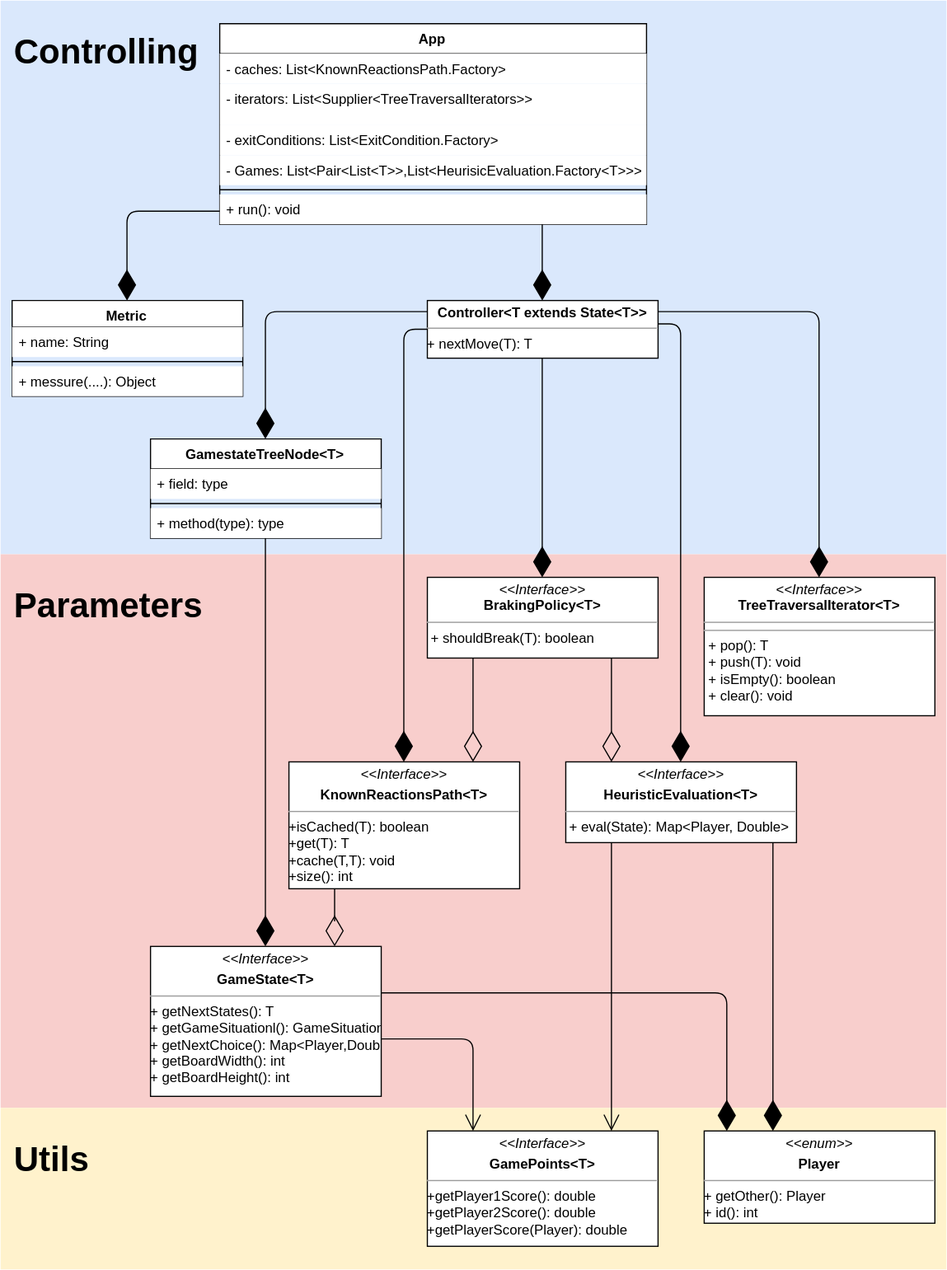
TilBlechschmidt/NAK-TreeOptimizationAnalysis keeps this draw.io diagram as documentation/Classdiagramm.svg. Above is the earlier version. Source tidied: cells renumbered, new cells last; positions are measured from the earlier drawing's top-left corner, leaving out a move shared by most shapes.
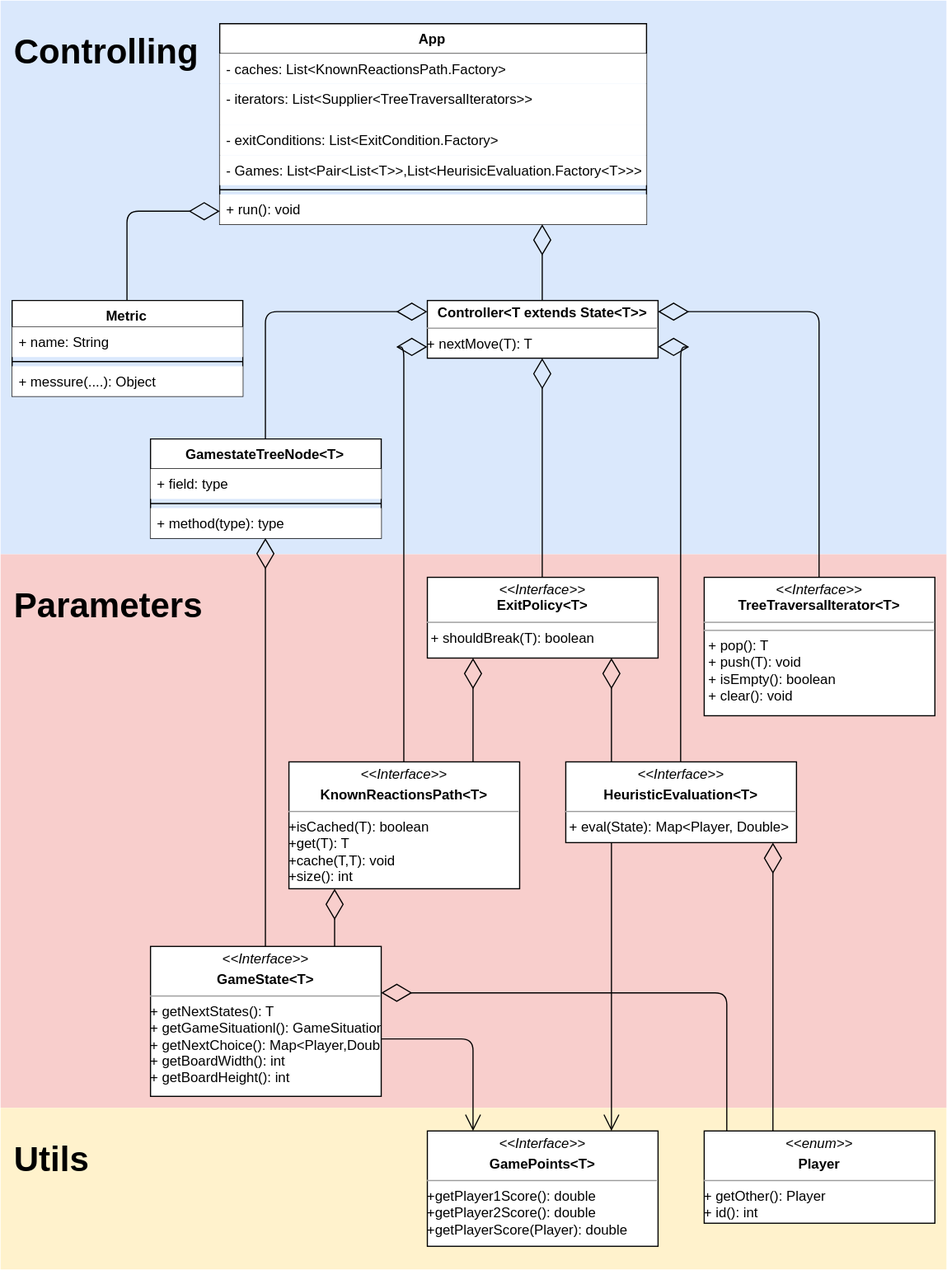
Above is the later version.

Change to the diagram source:
```diff
@@ -14,7 +14,7 @@
     <mxCell id="5" value="&lt;p style=&quot;margin: 0px ; margin-top: 4px ; text-align: center&quot;&gt;&lt;i&gt;&amp;lt;&amp;lt;Interface&amp;gt;&amp;gt;&lt;/i&gt;&lt;b&gt;&lt;br&gt;&lt;/b&gt;&lt;/p&gt;&lt;p style=&quot;margin: 0px ; margin-top: 4px ; text-align: center&quot;&gt;&lt;b&gt;GameState&amp;lt;T&amp;gt;&lt;/b&gt;&lt;/p&gt;&lt;hr size=&quot;1&quot;&gt;+ getNextStates(): T&lt;div&gt;+ getGameSituationl(): GameSituation&lt;br&gt;+ getNextChoice(): Map&amp;lt;Player,Double&amp;gt;&lt;br&gt;&lt;/div&gt;&lt;div&gt;+ getBoardWidth(): int&lt;br&gt;&lt;/div&gt;&lt;div&gt;+ getBoardHeight(): int&lt;/div&gt;" style="verticalAlign=top;align=left;overflow=fill;fontSize=12;fontFamily=Helvetica;html=1;" parent="1" vertex="1">
       <mxGeometry x="130" y="820" width="200" height="130" as="geometry" />
     </mxCell>
-    <mxCell id="6" value="&lt;p style=&quot;margin: 0px ; margin-top: 4px ; text-align: center&quot;&gt;&lt;i&gt;&amp;lt;&amp;lt;Interface&amp;gt;&amp;gt;&lt;/i&gt;&lt;br&gt;&lt;b&gt;BrakingPolicy&amp;lt;T&amp;gt;&lt;br&gt;&lt;/b&gt;&lt;/p&gt;&lt;hr size=&quot;1&quot;&gt;&amp;nbsp;+ shouldBreak(T): boolean" style="verticalAlign=top;align=left;overflow=fill;fontSize=12;fontFamily=Helvetica;html=1;" parent="1" vertex="1">
+    <mxCell id="6" value="&lt;p style=&quot;margin: 0px ; margin-top: 4px ; text-align: center&quot;&gt;&lt;i&gt;&amp;lt;&amp;lt;Interface&amp;gt;&amp;gt;&lt;/i&gt;&lt;br&gt;&lt;b&gt;ExitPolicy&amp;lt;T&amp;gt;&lt;br&gt;&lt;/b&gt;&lt;/p&gt;&lt;hr size=&quot;1&quot;&gt;&amp;nbsp;+ shouldBreak(T): boolean" style="verticalAlign=top;align=left;overflow=fill;fontSize=12;fontFamily=Helvetica;html=1;" parent="1" vertex="1">
       <mxGeometry x="370" y="500" width="200" height="70" as="geometry" />
     </mxCell>
     <mxCell id="7" value="&lt;p style=&quot;margin: 0px ; margin-top: 4px ; text-align: center&quot;&gt;&lt;i&gt;&amp;lt;&amp;lt;Interface&amp;gt;&amp;gt;&lt;/i&gt;&lt;/p&gt;&lt;p style=&quot;margin: 0px ; margin-top: 4px ; text-align: center&quot;&gt;&lt;b&gt;HeuristicEvaluation&amp;lt;T&amp;gt;&lt;/b&gt;&lt;br&gt;&lt;/p&gt;&lt;hr size=&quot;1&quot;&gt;&amp;nbsp;+ eval(State): Map&amp;lt;Player, Double&amp;gt;" style="verticalAlign=top;align=left;overflow=fill;fontSize=12;fontFamily=Helvetica;html=1;" parent="1" vertex="1">
@@ -23,14 +23,14 @@
     <mxCell id="8" value="&lt;p style=&quot;margin: 0px ; margin-top: 4px ; text-align: center&quot;&gt;&lt;b&gt;Controller&amp;lt;T extends State&amp;lt;T&amp;gt;&amp;gt;&lt;/b&gt;&lt;/p&gt;&lt;hr size=&quot;1&quot;&gt;+ nextMove(T): T" style="verticalAlign=top;align=left;overflow=fill;fontSize=12;fontFamily=Helvetica;html=1;" parent="1" vertex="1">
       <mxGeometry x="370" y="260" width="200" height="50" as="geometry" />
     </mxCell>
-    <mxCell id="9" style="endArrow=diamondThin;endFill=1;endSize=24;html=1;edgeStyle=orthogonalEdgeStyle;" parent="1" edge="1" source="8" target="30">
+    <mxCell id="9" style="endArrow=diamondThin;endFill=0;endSize=24;html=1;edgeStyle=orthogonalEdgeStyle;" parent="1" edge="1" source="30" target="8">
       <mxGeometry relative="1" as="geometry">
         <Array as="points">
           <mxPoint x="230" y="270" />
         </Array>
       </mxGeometry>
     </mxCell>
-    <mxCell id="10" style="endArrow=diamondThin;endFill=1;endSize=24;html=1;edgeStyle=orthogonalEdgeStyle;" parent="1" edge="1" source="8" target="6">
+    <mxCell id="10" style="endArrow=diamondThin;endFill=0;endSize=24;html=1;edgeStyle=orthogonalEdgeStyle;" parent="1" edge="1" source="6" target="8">
       <mxGeometry relative="1" as="geometry">
         <Array as="points">
           <mxPoint x="470" y="390" />
@@ -38,14 +38,14 @@
         </Array>
       </mxGeometry>
     </mxCell>
-    <mxCell id="11" style="endArrow=diamondThin;endFill=1;endSize=24;html=1;edgeStyle=orthogonalEdgeStyle;" parent="1" edge="1" source="8" target="7">
+    <mxCell id="11" style="endArrow=diamondThin;endFill=0;endSize=24;html=1;edgeStyle=orthogonalEdgeStyle;" parent="1" edge="1" source="7" target="8">
       <mxGeometry relative="1" as="geometry">
         <Array as="points">
-          <mxPoint x="590" y="280" />
+          <mxPoint x="590" y="300" />
         </Array>
       </mxGeometry>
     </mxCell>
-    <mxCell id="12" style="endArrow=diamondThin;endFill=0;endSize=24;html=1;edgeStyle=orthogonalEdgeStyle;" parent="1" edge="1" source="6" target="7">
+    <mxCell id="12" style="endArrow=diamondThin;endFill=0;endSize=24;html=1;edgeStyle=orthogonalEdgeStyle;" parent="1" edge="1" source="7" target="6">
       <mxGeometry relative="1" as="geometry">
         <Array as="points">
           <mxPoint x="530" y="610" />
@@ -56,15 +56,14 @@
     <mxCell id="13" value="&lt;p style=&quot;margin: 0px ; margin-top: 4px ; text-align: center&quot;&gt;&lt;i&gt;&amp;lt;&amp;lt;Interface&amp;gt;&amp;gt;&lt;/i&gt;&lt;/p&gt;&lt;p style=&quot;margin: 0px ; margin-top: 4px ; text-align: center&quot;&gt;&lt;b&gt;KnownReactionsPath&amp;lt;T&amp;gt;&lt;/b&gt;&lt;br&gt;&lt;/p&gt;&lt;hr size=&quot;1&quot;&gt;&lt;div&gt;+isCached(T): boolean &lt;br&gt;&lt;/div&gt;&lt;div&gt;+get(T): T&lt;/div&gt;&lt;div&gt;+cache(T,T): void&lt;br&gt;&lt;/div&gt;&lt;div&gt;+size(): int&lt;br&gt;&lt;/div&gt;" style="verticalAlign=top;align=left;overflow=fill;fontSize=12;fontFamily=Helvetica;html=1;" parent="1" vertex="1">
       <mxGeometry x="250" y="660" width="200" height="110" as="geometry" />
     </mxCell>
-    <mxCell id="14" style="endArrow=diamondThin;endFill=1;endSize=24;html=1;edgeStyle=orthogonalEdgeStyle;" parent="1" edge="1" source="8" target="13">
+    <mxCell id="14" style="endArrow=diamondThin;endFill=0;endSize=24;html=1;edgeStyle=orthogonalEdgeStyle;" parent="1" edge="1" source="13" target="8">
       <mxGeometry relative="1" as="geometry">
         <Array as="points">
-          <mxPoint x="350" y="610" />
-          <mxPoint x="350" y="610" />
+          <mxPoint x="350" y="300" />
         </Array>
       </mxGeometry>
     </mxCell>
-    <mxCell id="15" style="endArrow=diamondThin;endFill=0;endSize=24;html=1;edgeStyle=orthogonalEdgeStyle;" parent="1" edge="1" source="6" target="13">
+    <mxCell id="15" style="endArrow=diamondThin;endFill=0;endSize=24;html=1;edgeStyle=orthogonalEdgeStyle;" parent="1" edge="1" source="13" target="6">
       <mxGeometry relative="1" as="geometry">
         <Array as="points">
           <mxPoint x="410" y="610" />
@@ -72,7 +71,7 @@
         </Array>
       </mxGeometry>
     </mxCell>
-    <mxCell id="16" style="endArrow=diamondThin;endFill=1;endSize=24;html=1;edgeStyle=orthogonalEdgeStyle;" parent="1" edge="1" source="5" target="38">
+    <mxCell id="16" style="endArrow=diamondThin;endFill=0;endSize=24;html=1;edgeStyle=orthogonalEdgeStyle;" parent="1" edge="1" source="38" target="5">
       <mxGeometry relative="1" as="geometry">
         <Array as="points">
           <mxPoint x="630" y="860" />
@@ -100,7 +99,7 @@
     <mxCell id="23" value="+ run(): void" style="text;strokeColor=none;fillColor=#ffffff;align=left;verticalAlign=top;spacingLeft=4;spacingRight=4;overflow=hidden;" parent="17" vertex="1">
       <mxGeometry y="148" width="370" height="26" as="geometry" />
     </mxCell>
-    <mxCell id="24" style="endArrow=diamondThin;endFill=1;endSize=24;html=1;edgeStyle=orthogonalEdgeStyle;" parent="1" edge="1" source="17" target="8">
+    <mxCell id="24" style="endArrow=diamondThin;endFill=0;endSize=24;html=1;edgeStyle=orthogonalEdgeStyle;" parent="1" edge="1" source="8" target="17">
       <mxGeometry relative="1" as="geometry">
         <Array as="points">
           <mxPoint x="470" y="240" />
@@ -120,7 +119,7 @@
     <mxCell id="28" value="+ messure(....): Object" style="text;strokeColor=none;fillColor=#ffffff;align=left;verticalAlign=top;spacingLeft=4;spacingRight=4;overflow=hidden;" parent="25" vertex="1">
       <mxGeometry y="57" width="200" height="26" as="geometry" />
     </mxCell>
-    <mxCell id="29" style="endArrow=diamondThin;endFill=1;endSize=24;html=1;edgeStyle=orthogonalEdgeStyle;" parent="1" edge="1" source="17" target="25">
+    <mxCell id="29" style="endArrow=diamondThin;endFill=0;endSize=24;html=1;edgeStyle=orthogonalEdgeStyle;" parent="1" edge="1" source="25" target="17">
       <mxGeometry relative="1" as="geometry">
         <Array as="points">
           <mxPoint x="110" y="183" />
@@ -139,7 +138,7 @@
     <mxCell id="33" value="+ method(type): type" style="text;strokeColor=none;fillColor=#ffffff;align=left;verticalAlign=top;spacingLeft=4;spacingRight=4;overflow=hidden;" parent="30" vertex="1">
       <mxGeometry y="60" width="200" height="26" as="geometry" />
     </mxCell>
-    <mxCell id="34" style="endArrow=diamondThin;endFill=1;endSize=24;html=1;edgeStyle=orthogonalEdgeStyle;" parent="1" edge="1" source="30" target="5">
+    <mxCell id="34" style="endArrow=diamondThin;endFill=0;endSize=24;html=1;edgeStyle=orthogonalEdgeStyle;" parent="1" edge="1" source="5" target="30">
       <mxGeometry relative="1" as="geometry">
         <Array as="points">
           <mxPoint x="230" y="630" />
@@ -147,7 +146,7 @@
         </Array>
       </mxGeometry>
     </mxCell>
-    <mxCell id="35" style="endArrow=diamondThin;endFill=1;endSize=24;html=1;edgeStyle=orthogonalEdgeStyle;" parent="1" edge="1" source="8" target="36">
+    <mxCell id="35" style="endArrow=diamondThin;endFill=0;endSize=24;html=1;edgeStyle=orthogonalEdgeStyle;" parent="1" edge="1" source="36" target="8">
       <mxGeometry relative="1" as="geometry">
         <Array as="points">
           <mxPoint x="710" y="270" />
@@ -157,7 +156,7 @@
     <mxCell id="36" value="&lt;p style=&quot;margin: 0px ; margin-top: 4px ; text-align: center&quot;&gt;&lt;i&gt;&amp;lt;&amp;lt;Interface&amp;gt;&amp;gt;&lt;/i&gt;&lt;br&gt;&lt;b&gt;TreeTraversalIterator&amp;lt;T&amp;gt;&lt;/b&gt;&lt;/p&gt;&lt;hr size=&quot;1&quot;&gt;&lt;hr size=&quot;1&quot;&gt;&lt;p style=&quot;margin: 0px ; margin-left: 4px&quot;&gt;+ pop(): T&lt;br&gt;&lt;/p&gt;&lt;p style=&quot;margin: 0px ; margin-left: 4px&quot;&gt;+ push(T): void&lt;/p&gt;&lt;p style=&quot;margin: 0px ; margin-left: 4px&quot;&gt;+ isEmpty(): boolean&lt;br&gt;+ clear(): void&lt;br&gt;&lt;/p&gt;" style="verticalAlign=top;align=left;overflow=fill;fontSize=12;fontFamily=Helvetica;html=1;" parent="1" vertex="1">
       <mxGeometry x="610" y="500" width="200" height="120" as="geometry" />
     </mxCell>
-    <mxCell id="37" style="endArrow=diamondThin;endFill=1;endSize=24;html=1;edgeStyle=orthogonalEdgeStyle;" parent="1" edge="1" source="7" target="38">
+    <mxCell id="37" style="endArrow=diamondThin;endFill=0;endSize=24;html=1;edgeStyle=orthogonalEdgeStyle;" parent="1" edge="1" source="38" target="7">
       <mxGeometry relative="1" as="geometry">
         <Array as="points">
           <mxPoint x="670" y="790" />
@@ -168,7 +167,7 @@
     <mxCell id="38" value="&lt;p style=&quot;margin: 0px ; margin-top: 4px ; text-align: center&quot;&gt;&lt;i&gt;&amp;lt;&amp;lt;enum&amp;gt;&amp;gt;&lt;/i&gt;&lt;b&gt;&lt;br&gt;&lt;/b&gt;&lt;/p&gt;&lt;p style=&quot;margin: 0px ; margin-top: 4px ; text-align: center&quot;&gt;&lt;b&gt;Player&lt;/b&gt;&lt;/p&gt;&lt;hr size=&quot;1&quot;&gt;+ getOther(): Player&lt;div&gt;+ id(): int&lt;/div&gt;" style="verticalAlign=top;align=left;overflow=fill;fontSize=12;fontFamily=Helvetica;html=1;" parent="1" vertex="1">
       <mxGeometry x="610" y="980" width="200" height="80" as="geometry" />
     </mxCell>
-    <mxCell id="39" style="endArrow=diamondThin;endFill=0;endSize=24;html=1;edgeStyle=orthogonalEdgeStyle;" parent="1" edge="1" source="13" target="5">
+    <mxCell id="39" style="endArrow=diamondThin;endFill=0;endSize=24;html=1;edgeStyle=orthogonalEdgeStyle;" parent="1" edge="1" source="5" target="13">
       <mxGeometry relative="1" as="geometry">
         <Array as="points">
           <mxPoint x="290" y="800" />
```
